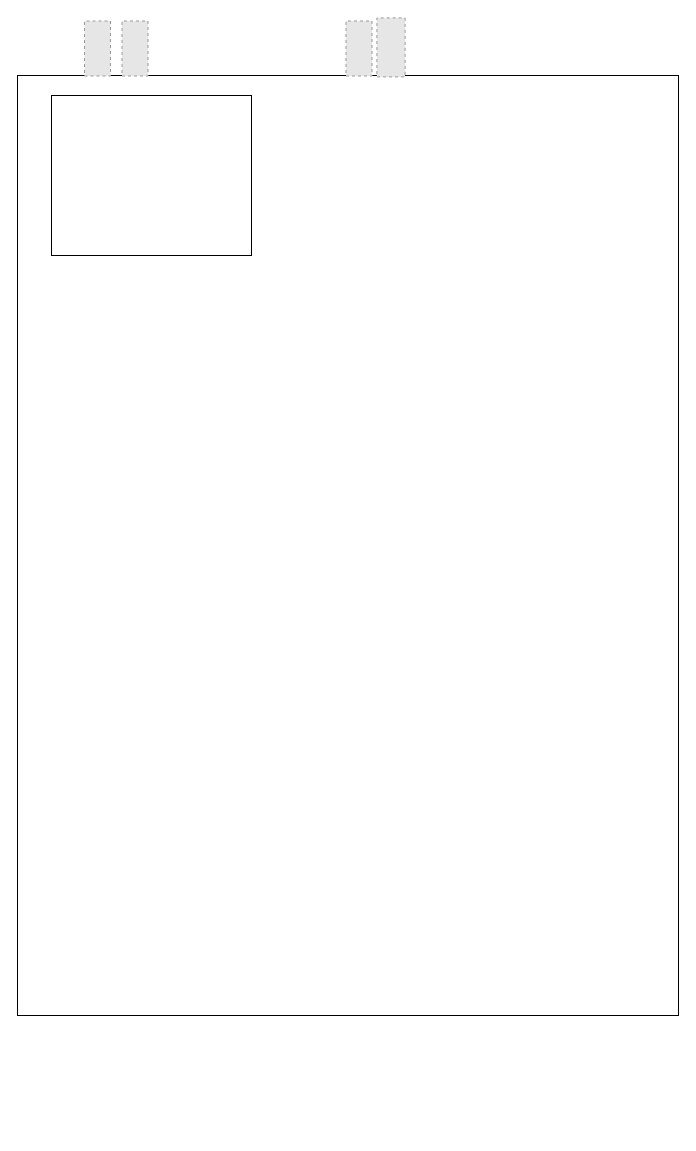
Above: 제목 없는 다이어그램.drawio in 2025-Spring-URP/TEAM-02 (draw.io), before the change. Source tidied: cells renumbered, new cells numbered last; positions are measured from the earlier drawing's top-left corner, leaving out a move shared by most shapes. Both pictures are drawn from the tidied source at 100%, with x=0, y=0 at pixel (17, 33). Pictures stored in the file or linked from it are replaced by grey dashed boxes.
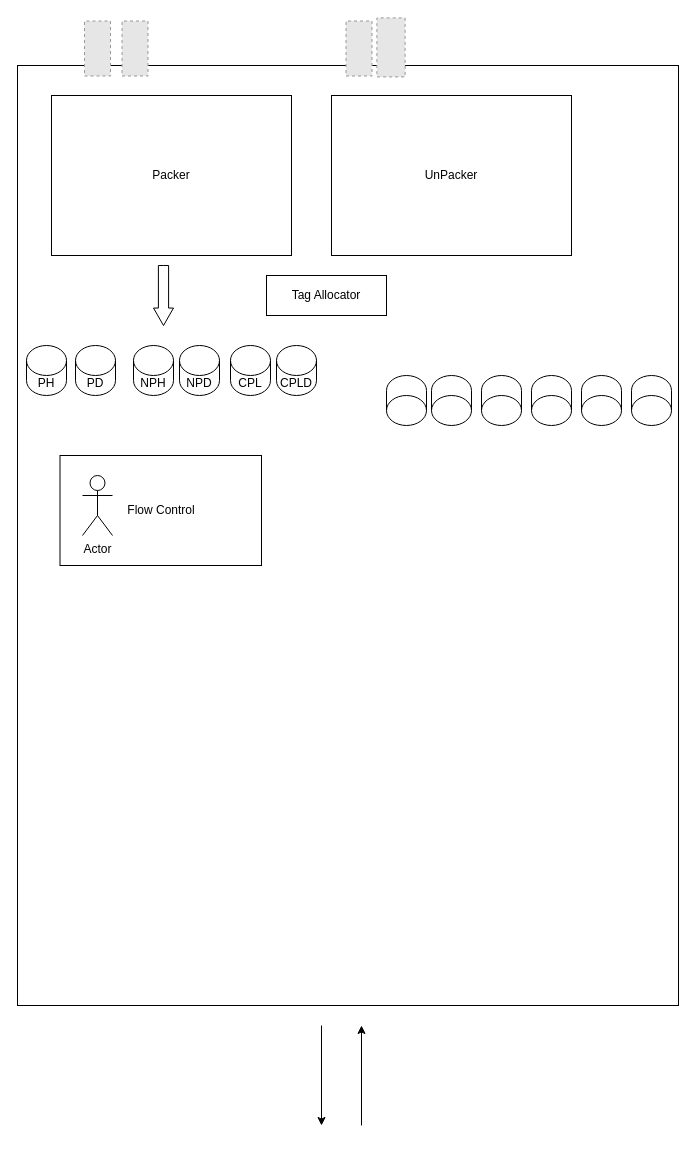
The same diagram, later.

Commit message (it also covers changes not shown here):
제목 없는 다이어그램.drawio 업데이트

Diff of the diagram source:
```diff
@@
     <mxCell id="2" style="rounded=0;whiteSpace=wrap;html=1;" parent="1" vertex="1">
-      <mxGeometry y="42" width="661" height="940" as="geometry" />
+      <mxGeometry y="32" width="661" height="940" as="geometry" />
     </mxCell>
-    <mxCell id="3" style="rounded=0;whiteSpace=wrap;html=1;" parent="1" vertex="1">
-      <mxGeometry x="34" y="62" width="200" height="160" as="geometry" />
+    <mxCell id="3" value="Packer" style="rounded=0;whiteSpace=wrap;html=1;" parent="1" vertex="1">
+      <mxGeometry x="34" y="62" width="240" height="160" as="geometry" />
     </mxCell>
@@
+    <mxCell id="8" style="endArrow=classic;html=1;rounded=0;" parent="1" edge="1">
+      <mxGeometry relative="1" as="geometry">
+        <mxPoint x="304" y="992" as="sourcePoint" />
+        <mxPoint x="304" y="1092" as="targetPoint" />
+      </mxGeometry>
+    </mxCell>
+    <mxCell id="9" style="endArrow=classic;html=1;rounded=0;" parent="1" edge="1">
+      <mxGeometry relative="1" as="geometry">
+        <mxPoint x="344" y="1092" as="sourcePoint" />
+        <mxPoint x="344" y="992" as="targetPoint" />
+      </mxGeometry>
+    </mxCell>
+    <mxCell id="10" value="Tag Allocator" style="rounded=0;whiteSpace=wrap;html=1;" parent="1" vertex="1">
+      <mxGeometry x="249" y="242" width="120" height="40" as="geometry" />
+    </mxCell>
+    <mxCell id="11" value="UnPacker" style="rounded=0;whiteSpace=wrap;html=1;" parent="1" vertex="1">
+      <mxGeometry x="314" y="62" width="240" height="160" as="geometry" />
+    </mxCell>
+    <mxCell id="12" value="Flow Control" style="rounded=0;whiteSpace=wrap;html=1;" parent="1" vertex="1">
+      <mxGeometry x="42.5" y="422" width="201.5" height="110" as="geometry" />
+    </mxCell>
+    <mxCell id="13" value="Actor" style="shape=umlActor;verticalLabelPosition=bottom;verticalAlign=top;html=1;" parent="1" vertex="1">
+      <mxGeometry x="65" y="442" width="30" height="60" as="geometry" />
+    </mxCell>
+    <mxCell id="14" value="PH" style="shape=cylinder3;whiteSpace=wrap;html=1;boundedLbl=1;backgroundOutline=1;size=15;" parent="1" vertex="1">
+      <mxGeometry x="9" y="312" width="40" height="50" as="geometry" />
+    </mxCell>
+    <mxCell id="15" value="PD" style="shape=cylinder3;whiteSpace=wrap;html=1;boundedLbl=1;backgroundOutline=1;size=15;" parent="1" vertex="1">
+      <mxGeometry x="58" y="312" width="40" height="50" as="geometry" />
+    </mxCell>
+    <mxCell id="16" value="NPH" style="shape=cylinder3;whiteSpace=wrap;html=1;boundedLbl=1;backgroundOutline=1;size=15;" parent="1" vertex="1">
+      <mxGeometry x="116" y="312" width="40" height="50" as="geometry" />
+    </mxCell>
+    <mxCell id="17" value="NPD" style="shape=cylinder3;whiteSpace=wrap;html=1;boundedLbl=1;backgroundOutline=1;size=15;" parent="1" vertex="1">
+      <mxGeometry x="162" y="312" width="40" height="50" as="geometry" />
+    </mxCell>
+    <mxCell id="18" value="CPL" style="shape=cylinder3;whiteSpace=wrap;html=1;boundedLbl=1;backgroundOutline=1;size=15;" parent="1" vertex="1">
+      <mxGeometry x="213" y="312" width="40" height="50" as="geometry" />
+    </mxCell>
+    <mxCell id="19" value="CPLD" style="shape=cylinder3;whiteSpace=wrap;html=1;boundedLbl=1;backgroundOutline=1;size=15;" parent="1" vertex="1">
+      <mxGeometry x="259" y="312" width="40" height="50" as="geometry" />
+    </mxCell>
+    <mxCell id="20" style="shape=cylinder3;whiteSpace=wrap;html=1;boundedLbl=1;backgroundOutline=1;size=15;rotation=-180;" parent="1" vertex="1">
+      <mxGeometry x="369" y="342" width="40" height="50" as="geometry" />
+    </mxCell>
+    <mxCell id="21" style="shape=cylinder3;whiteSpace=wrap;html=1;boundedLbl=1;backgroundOutline=1;size=15;rotation=-180;" parent="1" vertex="1">
+      <mxGeometry x="414" y="342" width="40" height="50" as="geometry" />
+    </mxCell>
+    <mxCell id="22" style="shape=cylinder3;whiteSpace=wrap;html=1;boundedLbl=1;backgroundOutline=1;size=15;rotation=-180;" parent="1" vertex="1">
+      <mxGeometry x="464" y="342" width="40" height="50" as="geometry" />
+    </mxCell>
+    <mxCell id="23" style="shape=cylinder3;whiteSpace=wrap;html=1;boundedLbl=1;backgroundOutline=1;size=15;rotation=-180;" parent="1" vertex="1">
+      <mxGeometry x="514" y="342" width="40" height="50" as="geometry" />
+    </mxCell>
+    <mxCell id="24" style="shape=cylinder3;whiteSpace=wrap;html=1;boundedLbl=1;backgroundOutline=1;size=15;rotation=-180;" parent="1" vertex="1">
+      <mxGeometry x="564" y="342" width="40" height="50" as="geometry" />
+    </mxCell>
+    <mxCell id="25" style="shape=cylinder3;whiteSpace=wrap;html=1;boundedLbl=1;backgroundOutline=1;size=15;rotation=-180;" parent="1" vertex="1">
+      <mxGeometry x="614" y="342" width="40" height="50" as="geometry" />
+    </mxCell>
+    <mxCell id="26" style="html=1;shadow=0;dashed=0;align=center;verticalAlign=middle;shape=mxgraph.arrows2.arrow;dy=0.49;dx=17.45;direction=south;notch=0;" parent="1" vertex="1">
+      <mxGeometry x="136" y="232" width="20" height="60" as="geometry" />
+    </mxCell>
```
